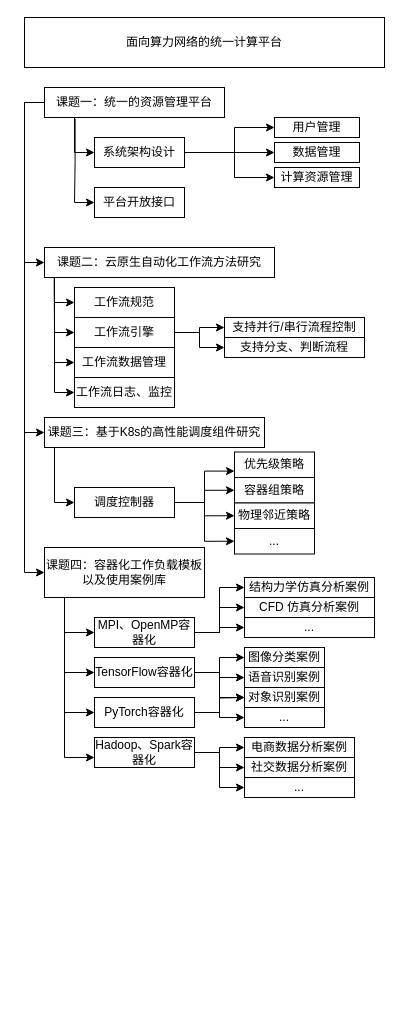
Before: page "第 2 页" (2 of 3) of suanflow.drawio in Fruneng/drawio-storage, a draw.io diagram. Source tidied: cells renumbered, new cells numbered last; positions are measured from the earlier drawing's top-left corner, leaving out a move shared by most shapes. Both pictures are drawn from the tidied source at 100%, with x=0, y=0 at pixel (24, 17).
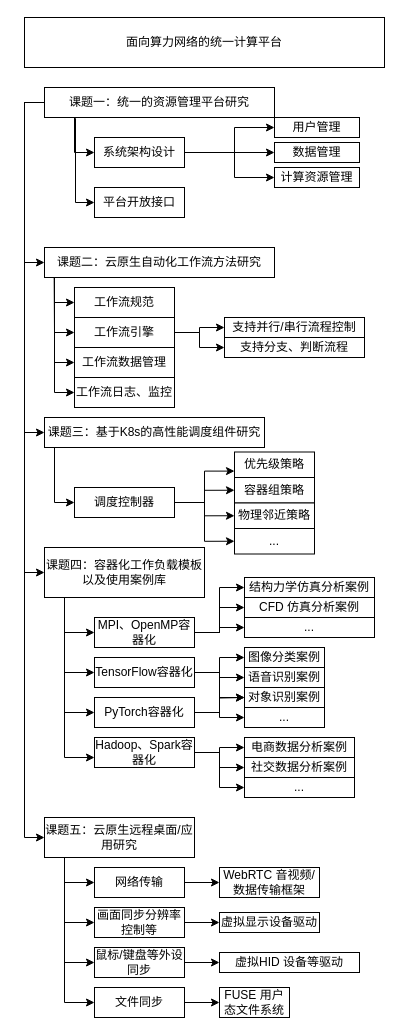
Above is the later version.

The change refers to these unchanged cells:
```xml
<mxCell id="67" value="平台开放接口" style="rounded=0;whiteSpace=wrap;html=1;" parent="1" vertex="1">
  <mxGeometry x="70" y="170" width="90" height="30" as="geometry" />
</mxCell>
```

The edit, as a diff of the source:
```diff
@@
-    <mxCell id="5" value="课题一：统一的资源管理平台" style="rounded=0;whiteSpace=wrap;html=1;" parent="1" vertex="1">
-      <mxGeometry x="20" y="70" width="180" height="30" as="geometry" />
+    <mxCell id="5" value="课题一：统一的资源管理平台研究" style="rounded=0;whiteSpace=wrap;html=1;" parent="1" vertex="1">
+      <mxGeometry x="20" y="70" width="230" height="30" as="geometry" />
     </mxCell>
@@
-    <mxCell id="68" style="edgeStyle=orthogonalEdgeStyle;rounded=0;jettySize=auto;html=1;entryX=0;entryY=0.5;entryDx=0;entryDy=0;exitX=0.17;exitY=1.044;exitDx=0;exitDy=0;exitPerimeter=0;" parent="1" edge="1" source="5" target="67">
+    <mxCell id="68" style="edgeStyle=orthogonalEdgeStyle;rounded=0;jettySize=auto;html=1;entryX=0;entryY=0.5;entryDx=0;entryDy=0;" parent="1" edge="1" target="67">
       <mxGeometry relative="1" as="geometry">
+        <mxPoint x="50" y="100" as="sourcePoint" />
         <Array as="points">
-          <mxPoint x="51" y="145" />
-          <mxPoint x="50" y="185" />
+          <mxPoint x="51" y="101" />
+          <mxPoint x="51" y="185" />
         </Array>
       </mxGeometry>
     </mxCell>
@@
+    <mxCell id="71" style="edgeStyle=orthogonalEdgeStyle;rounded=0;jettySize=auto;html=1;entryX=0;entryY=0.5;entryDx=0;entryDy=0;" parent="1" edge="1" source="72" target="76">
+      <mxGeometry relative="1" as="geometry">
+        <Array as="points">
+          <mxPoint x="40" y="905" />
+        </Array>
+      </mxGeometry>
+    </mxCell>
+    <mxCell id="72" value="课题五：云原生远程桌面/应用研究" style="rounded=0;whiteSpace=wrap;html=1;" parent="1" vertex="1">
+      <mxGeometry x="20" y="800" width="150" height="40" as="geometry" />
+    </mxCell>
+    <mxCell id="73" style="edgeStyle=orthogonalEdgeStyle;rounded=0;jettySize=auto;html=1;entryX=0;entryY=0.5;entryDx=0;entryDy=0;exitX=0;exitY=0.5;exitDx=0;exitDy=0;" parent="1" edge="1" source="5" target="72">
+      <mxGeometry relative="1" as="geometry">
+        <Array as="points">
+          <mxPoint y="85" />
+          <mxPoint y="820" />
+        </Array>
+      </mxGeometry>
+    </mxCell>
+    <mxCell id="74" value="WebRTC 音视频/数据传输框架" style="rounded=0;whiteSpace=wrap;html=1;" parent="1" vertex="1">
+      <mxGeometry x="195" y="850" width="100" height="30" as="geometry" />
+    </mxCell>
+    <mxCell id="75" style="edgeStyle=orthogonalEdgeStyle;rounded=0;jettySize=auto;html=1;" parent="1" edge="1" source="76" target="79">
+      <mxGeometry relative="1" as="geometry">
+        <Array as="points">
+          <mxPoint x="190" y="905" />
+          <mxPoint x="190" y="905" />
+        </Array>
+      </mxGeometry>
+    </mxCell>
+    <mxCell id="76" value="画面同步分辨率控制等" style="rounded=0;whiteSpace=wrap;html=1;" parent="1" vertex="1">
+      <mxGeometry x="70" y="890" width="90" height="30" as="geometry" />
+    </mxCell>
+    <mxCell id="77" style="edgeStyle=orthogonalEdgeStyle;rounded=0;jettySize=auto;html=1;entryX=0;entryY=0.5;entryDx=0;entryDy=0;" parent="1" edge="1" source="78" target="84">
+      <mxGeometry relative="1" as="geometry" />
+    </mxCell>
+    <mxCell id="78" value="鼠标/键盘等外设同步" style="rounded=0;whiteSpace=wrap;html=1;" parent="1" vertex="1">
+      <mxGeometry x="70" y="930" width="90" height="30" as="geometry" />
+    </mxCell>
+    <mxCell id="79" value="虚拟显示设备驱动" style="rounded=0;whiteSpace=wrap;html=1;" parent="1" vertex="1">
+      <mxGeometry x="195" y="895" width="100" height="20" as="geometry" />
+    </mxCell>
+    <mxCell id="80" style="edgeStyle=orthogonalEdgeStyle;rounded=0;jettySize=auto;html=1;" parent="1" edge="1" source="81" target="85">
+      <mxGeometry relative="1" as="geometry" />
+    </mxCell>
+    <mxCell id="81" value="文件同步" style="rounded=0;whiteSpace=wrap;html=1;" parent="1" vertex="1">
+      <mxGeometry x="70" y="970" width="90" height="30" as="geometry" />
+    </mxCell>
+    <mxCell id="82" style="edgeStyle=orthogonalEdgeStyle;rounded=0;jettySize=auto;html=1;entryX=0;entryY=0.5;entryDx=0;entryDy=0;" parent="1" edge="1" target="78">
+      <mxGeometry relative="1" as="geometry">
+        <mxPoint x="40" y="840" as="sourcePoint" />
+        <Array as="points">
+          <mxPoint x="40" y="945" />
+        </Array>
+      </mxGeometry>
+    </mxCell>
+    <mxCell id="83" style="edgeStyle=orthogonalEdgeStyle;rounded=0;jettySize=auto;html=1;entryX=0;entryY=0.5;entryDx=0;entryDy=0;" parent="1" edge="1" target="81">
+      <mxGeometry relative="1" as="geometry">
+        <mxPoint x="40" y="840" as="sourcePoint" />
+        <Array as="points">
+          <mxPoint x="40" y="985" />
+        </Array>
+      </mxGeometry>
+    </mxCell>
+    <mxCell id="84" value="虚拟HID 设备等驱动" style="rounded=0;whiteSpace=wrap;html=1;" parent="1" vertex="1">
+      <mxGeometry x="195" y="935" width="140" height="20" as="geometry" />
+    </mxCell>
+    <mxCell id="85" value="FUSE 用户态文件系统" style="rounded=0;whiteSpace=wrap;html=1;" parent="1" vertex="1">
+      <mxGeometry x="195" y="970" width="70" height="30" as="geometry" />
+    </mxCell>
+    <mxCell id="86" style="edgeStyle=orthogonalEdgeStyle;rounded=0;jettySize=auto;html=1;entryX=0;entryY=0.5;entryDx=0;entryDy=0;" parent="1" edge="1" source="87" target="74">
+      <mxGeometry relative="1" as="geometry" />
+    </mxCell>
+    <mxCell id="87" value="网络传输" style="rounded=0;whiteSpace=wrap;html=1;" parent="1" vertex="1">
+      <mxGeometry x="70" y="850" width="90" height="30" as="geometry" />
+    </mxCell>
+    <mxCell id="88" style="edgeStyle=orthogonalEdgeStyle;rounded=0;jettySize=auto;html=1;entryX=0;entryY=0.5;entryDx=0;entryDy=0;" parent="1" edge="1" target="87">
+      <mxGeometry relative="1" as="geometry">
+        <mxPoint x="40" y="840" as="sourcePoint" />
+        <Array as="points">
+          <mxPoint x="40" y="865" />
+        </Array>
+      </mxGeometry>
+    </mxCell>
```
